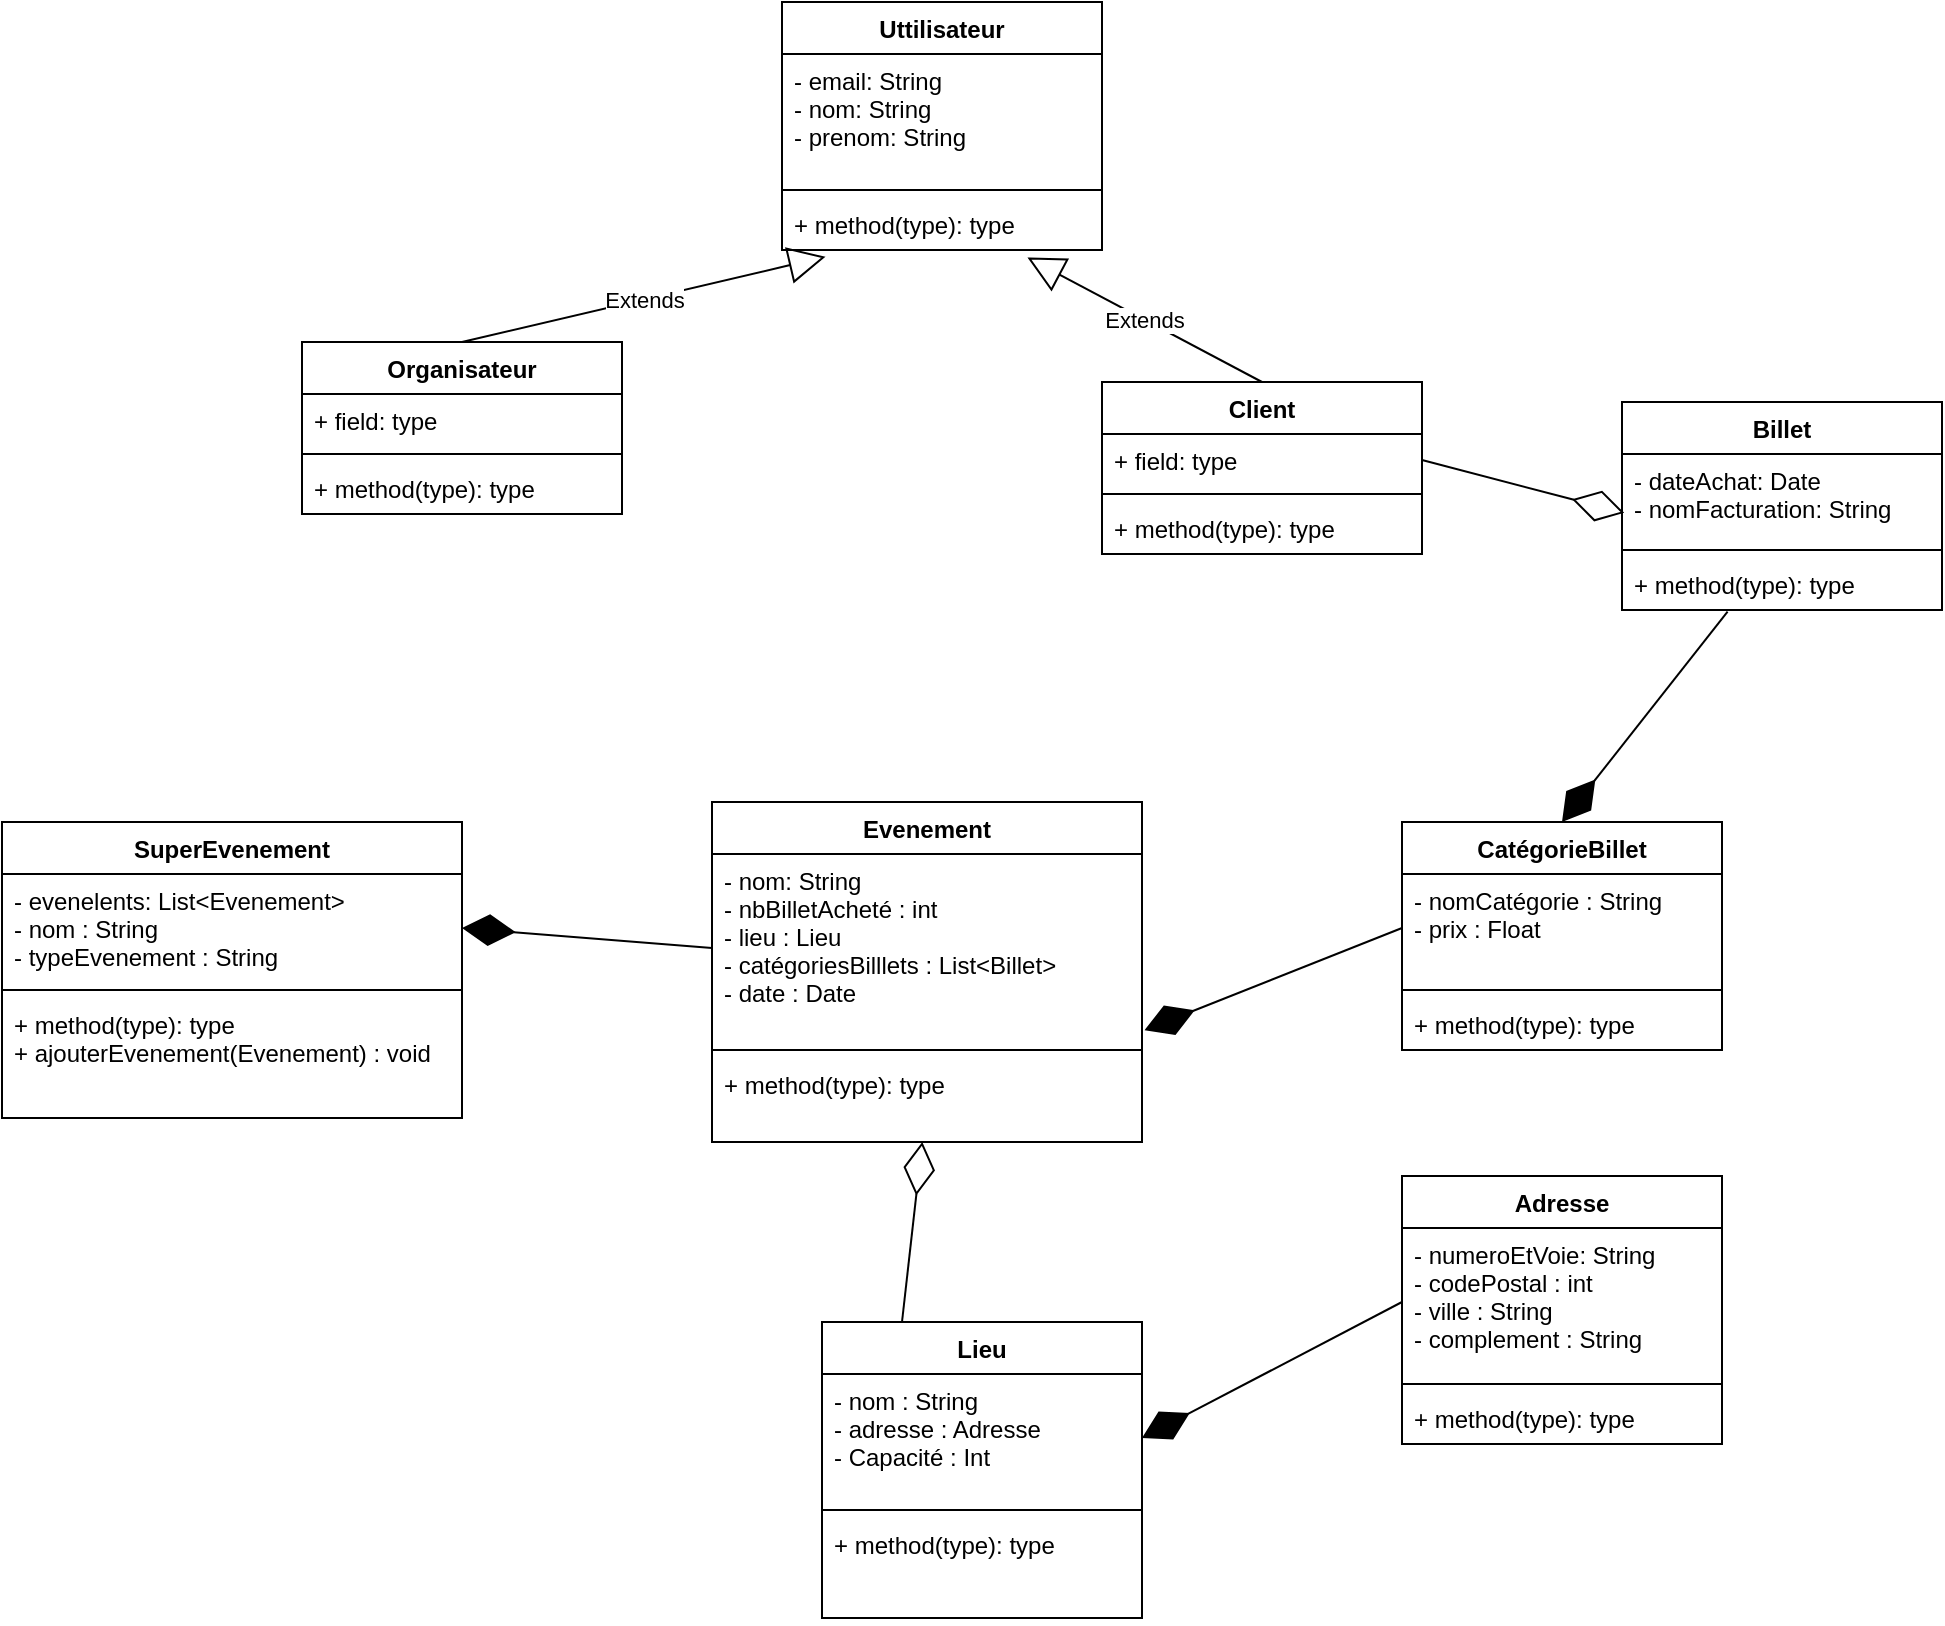
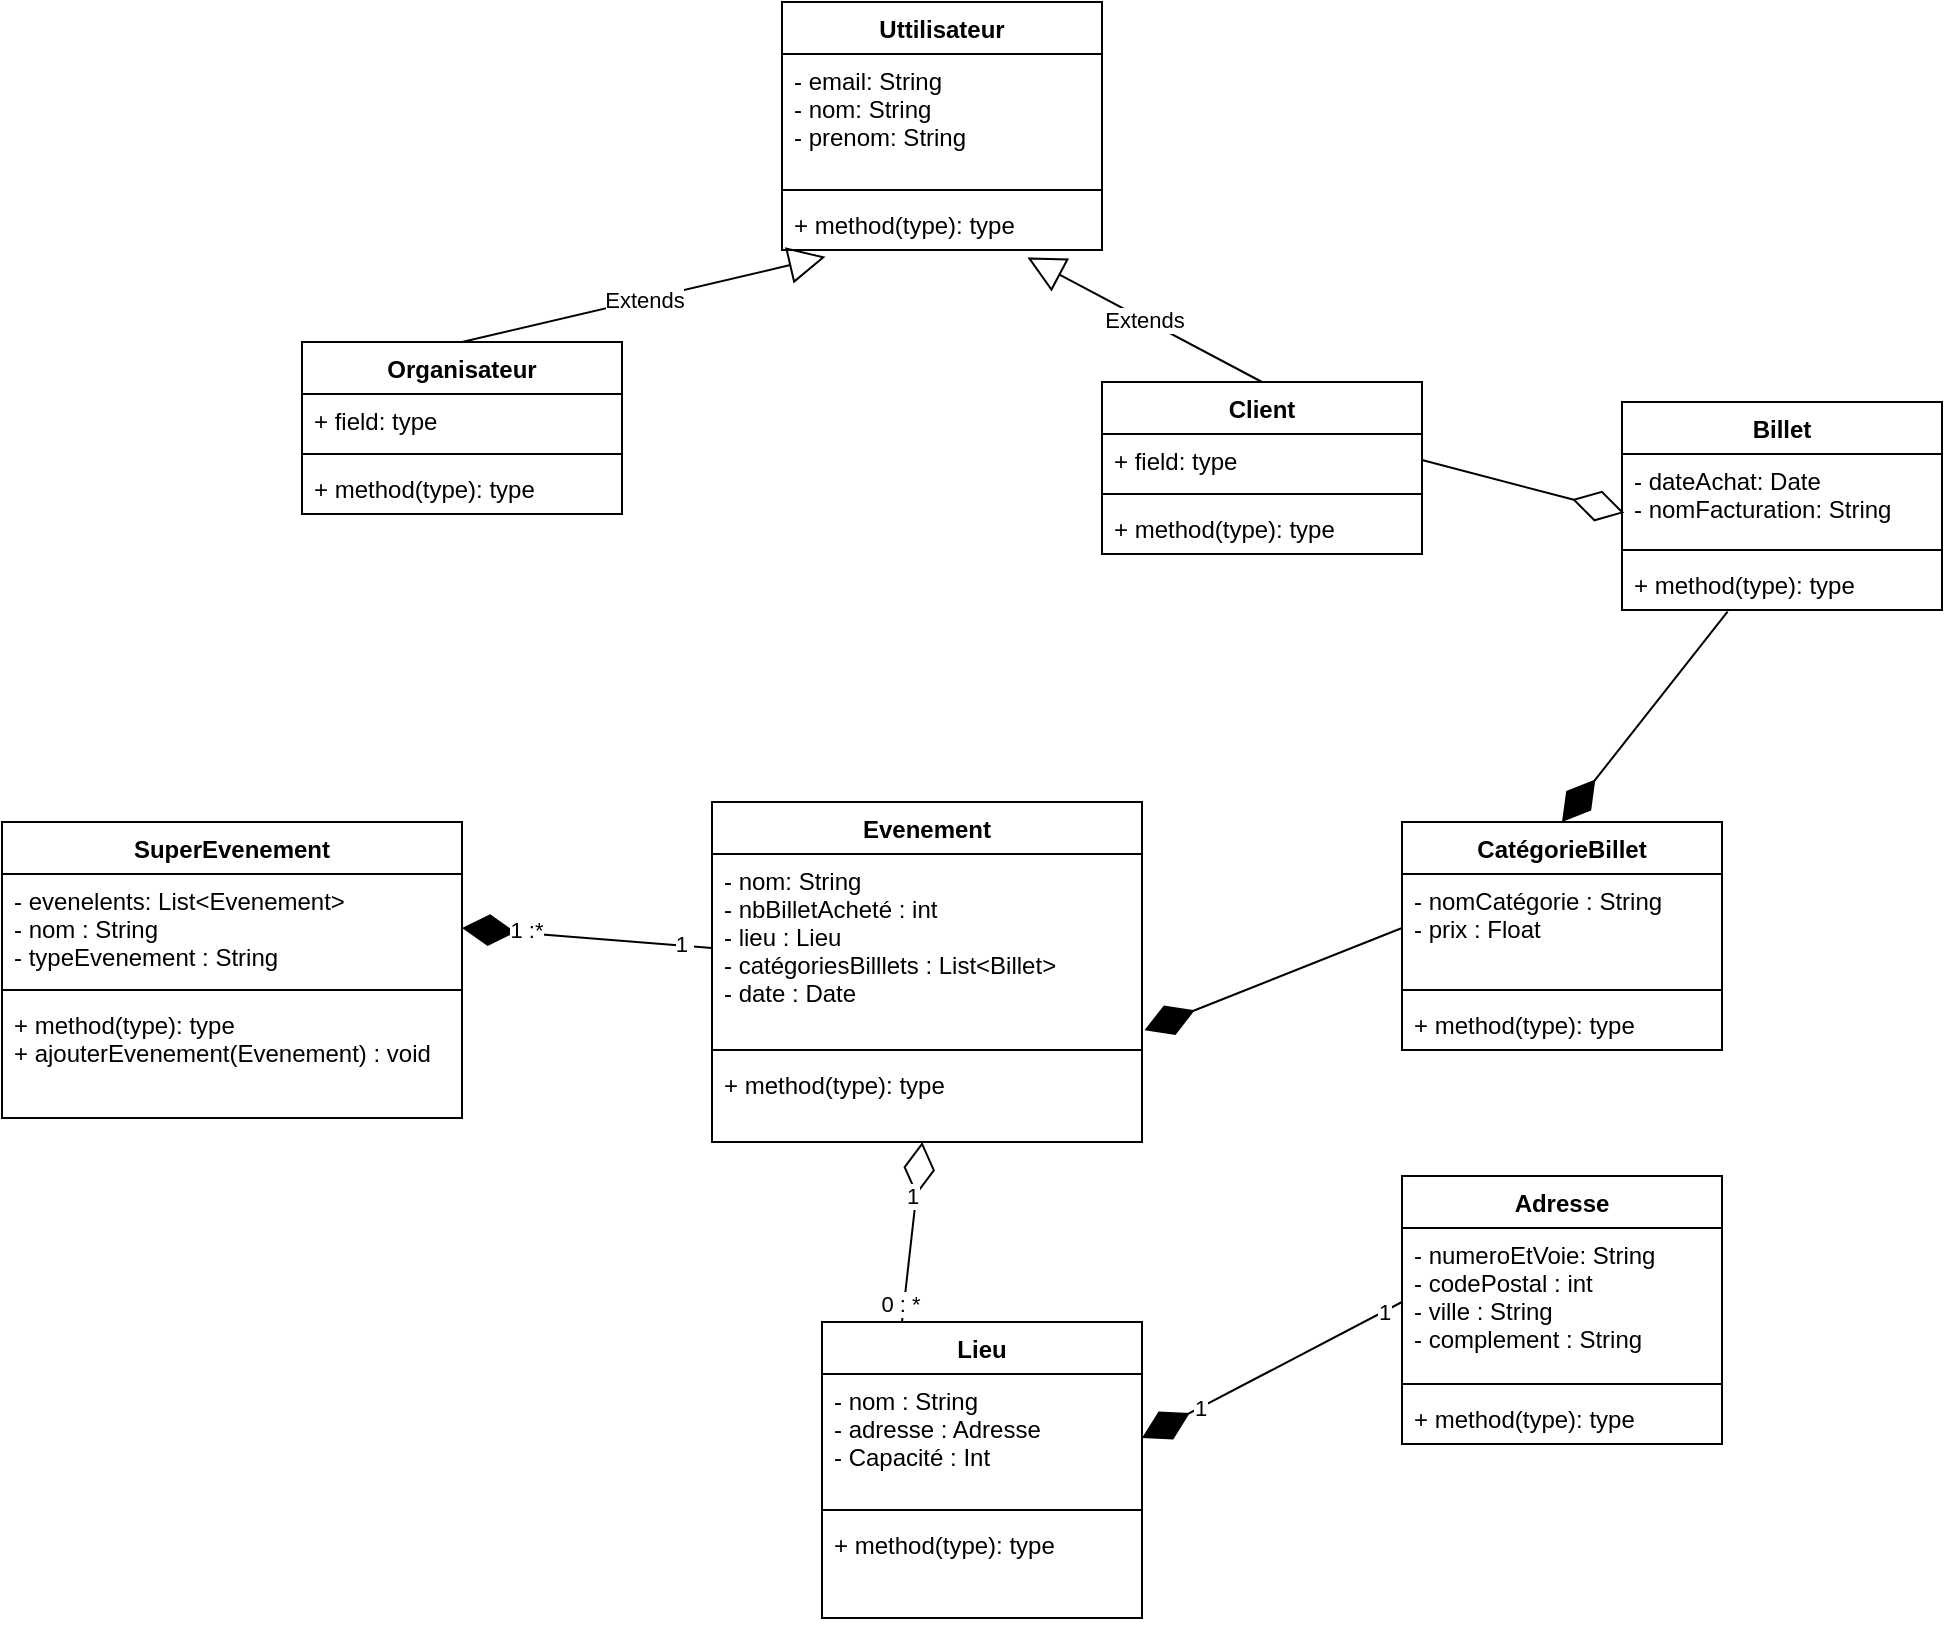
<mxfile host="65bd71144e">
    <diagram id="f2BURgSD-AAibuTe-Y48" name="Page-1">
        <mxGraphModel dx="991" dy="1755" grid="1" gridSize="10" guides="1" tooltips="1" connect="1" arrows="1" fold="1" page="1" pageScale="1" pageWidth="850" pageHeight="1100" math="0" shadow="0">
            <root>
                <mxCell id="0"/>
                <mxCell id="1" parent="0"/>
                <mxCell id="2" value="Evenement" style="swimlane;fontStyle=1;align=center;verticalAlign=top;childLayout=stackLayout;horizontal=1;startSize=26;horizontalStack=0;resizeParent=1;resizeParentMax=0;resizeLast=0;collapsible=1;marginBottom=0;" vertex="1" parent="1">
                    <mxGeometry x="415" y="320" width="215" height="170" as="geometry"/>
                </mxCell>
                <mxCell id="3" value="- nom: String&#10;- nbBilletAcheté : int&#10;- lieu : Lieu&#10;- catégoriesBilllets : List&lt;Billet&gt;&#10;- date : Date" style="text;strokeColor=none;fillColor=none;align=left;verticalAlign=top;spacingLeft=4;spacingRight=4;overflow=hidden;rotatable=0;points=[[0,0.5],[1,0.5]];portConstraint=eastwest;" vertex="1" parent="2">
                    <mxGeometry y="26" width="215" height="94" as="geometry"/>
                </mxCell>
                <mxCell id="4" value="" style="line;strokeWidth=1;fillColor=none;align=left;verticalAlign=middle;spacingTop=-1;spacingLeft=3;spacingRight=3;rotatable=0;labelPosition=right;points=[];portConstraint=eastwest;strokeColor=inherit;" vertex="1" parent="2">
                    <mxGeometry y="120" width="215" height="8" as="geometry"/>
                </mxCell>
                <mxCell id="5" value="+ method(type): type" style="text;strokeColor=none;fillColor=none;align=left;verticalAlign=top;spacingLeft=4;spacingRight=4;overflow=hidden;rotatable=0;points=[[0,0.5],[1,0.5]];portConstraint=eastwest;" vertex="1" parent="2">
                    <mxGeometry y="128" width="215" height="42" as="geometry"/>
                </mxCell>
                <mxCell id="6" value="SuperEvenement" style="swimlane;fontStyle=1;align=center;verticalAlign=top;childLayout=stackLayout;horizontal=1;startSize=26;horizontalStack=0;resizeParent=1;resizeParentMax=0;resizeLast=0;collapsible=1;marginBottom=0;" vertex="1" parent="1">
                    <mxGeometry x="60" y="330" width="230" height="148" as="geometry"/>
                </mxCell>
                <mxCell id="7" value="- evenelents: List&lt;Evenement&gt;&#10;- nom : String&#10;- typeEvenement : String" style="text;strokeColor=none;fillColor=none;align=left;verticalAlign=top;spacingLeft=4;spacingRight=4;overflow=hidden;rotatable=0;points=[[0,0.5],[1,0.5]];portConstraint=eastwest;" vertex="1" parent="6">
                    <mxGeometry y="26" width="230" height="54" as="geometry"/>
                </mxCell>
                <mxCell id="8" value="" style="line;strokeWidth=1;fillColor=none;align=left;verticalAlign=middle;spacingTop=-1;spacingLeft=3;spacingRight=3;rotatable=0;labelPosition=right;points=[];portConstraint=eastwest;strokeColor=inherit;" vertex="1" parent="6">
                    <mxGeometry y="80" width="230" height="8" as="geometry"/>
                </mxCell>
                <mxCell id="9" value="+ method(type): type&#10;+ ajouterEvenement(Evenement) : void" style="text;strokeColor=none;fillColor=none;align=left;verticalAlign=top;spacingLeft=4;spacingRight=4;overflow=hidden;rotatable=0;points=[[0,0.5],[1,0.5]];portConstraint=eastwest;" vertex="1" parent="6">
                    <mxGeometry y="88" width="230" height="60" as="geometry"/>
                </mxCell>
                <mxCell id="10" value="" style="endArrow=diamondThin;endFill=1;endSize=24;html=1;entryX=1;entryY=0.5;entryDx=0;entryDy=0;exitX=0;exitY=0.5;exitDx=0;exitDy=0;" edge="1" parent="1" source="3" target="7">
                    <mxGeometry width="160" relative="1" as="geometry">
                        <mxPoint x="340" y="400" as="sourcePoint"/>
                        <mxPoint x="500" y="400" as="targetPoint"/>
                    </mxGeometry>
                </mxCell>
+                 <mxCell id="69" value="1 :*" style="edgeLabel;html=1;align=center;verticalAlign=middle;resizable=0;points=[];" vertex="1" connectable="0" parent="10">
+                     <mxGeometry x="0.5039" y="-2" relative="1" as="geometry">
+                         <mxPoint x="1" as="offset"/>
+                     </mxGeometry>
+                 </mxCell>
+                 <mxCell id="71" value="1&amp;nbsp;" style="edgeLabel;html=1;align=center;verticalAlign=middle;resizable=0;points=[];" vertex="1" connectable="0" parent="10">
+                     <mxGeometry x="-0.7667" y="-1" relative="1" as="geometry">
+                         <mxPoint as="offset"/>
+                     </mxGeometry>
+                 </mxCell>
                <mxCell id="11" value="Lieu" style="swimlane;fontStyle=1;align=center;verticalAlign=top;childLayout=stackLayout;horizontal=1;startSize=26;horizontalStack=0;resizeParent=1;resizeParentMax=0;resizeLast=0;collapsible=1;marginBottom=0;" vertex="1" parent="1">
                    <mxGeometry x="470" y="580" width="160" height="148" as="geometry"/>
                </mxCell>
                <mxCell id="12" value="- nom : String&#10;- adresse : Adresse&#10;- Capacité : Int&#10;" style="text;strokeColor=none;fillColor=none;align=left;verticalAlign=top;spacingLeft=4;spacingRight=4;overflow=hidden;rotatable=0;points=[[0,0.5],[1,0.5]];portConstraint=eastwest;" vertex="1" parent="11">
                    <mxGeometry y="26" width="160" height="64" as="geometry"/>
                </mxCell>
                <mxCell id="13" value="" style="line;strokeWidth=1;fillColor=none;align=left;verticalAlign=middle;spacingTop=-1;spacingLeft=3;spacingRight=3;rotatable=0;labelPosition=right;points=[];portConstraint=eastwest;strokeColor=inherit;" vertex="1" parent="11">
                    <mxGeometry y="90" width="160" height="8" as="geometry"/>
                </mxCell>
                <mxCell id="14" value="+ method(type): type" style="text;strokeColor=none;fillColor=none;align=left;verticalAlign=top;spacingLeft=4;spacingRight=4;overflow=hidden;rotatable=0;points=[[0,0.5],[1,0.5]];portConstraint=eastwest;" vertex="1" parent="11">
                    <mxGeometry y="98" width="160" height="50" as="geometry"/>
                </mxCell>
                <mxCell id="15" value="" style="endArrow=diamondThin;endFill=0;endSize=24;html=1;exitX=0.25;exitY=0;exitDx=0;exitDy=0;" edge="1" parent="1" source="11" target="5">
                    <mxGeometry width="160" relative="1" as="geometry">
                        <mxPoint x="430" y="570" as="sourcePoint"/>
                        <mxPoint x="590" y="570" as="targetPoint"/>
+                     </mxGeometry>
+                 </mxCell>
+                 <mxCell id="72" value="1" style="edgeLabel;html=1;align=center;verticalAlign=middle;resizable=0;points=[];" vertex="1" connectable="0" parent="15">
+                     <mxGeometry x="0.3864" y="2" relative="1" as="geometry">
+                         <mxPoint as="offset"/>
+                     </mxGeometry>
+                 </mxCell>
+                 <mxCell id="73" value="0 : *" style="edgeLabel;html=1;align=center;verticalAlign=middle;resizable=0;points=[];" vertex="1" connectable="0" parent="15">
+                     <mxGeometry x="-0.7988" y="2" relative="1" as="geometry">
+                         <mxPoint as="offset"/>
                    </mxGeometry>
                </mxCell>
                <mxCell id="17" value="CatégorieBillet" style="swimlane;fontStyle=1;align=center;verticalAlign=top;childLayout=stackLayout;horizontal=1;startSize=26;horizontalStack=0;resizeParent=1;resizeParentMax=0;resizeLast=0;collapsible=1;marginBottom=0;" vertex="1" parent="1">
                    <mxGeometry x="760" y="330" width="160" height="114" as="geometry"/>
                </mxCell>
                <mxCell id="18" value="- nomCatégorie : String&#10;- prix : Float" style="text;strokeColor=none;fillColor=none;align=left;verticalAlign=top;spacingLeft=4;spacingRight=4;overflow=hidden;rotatable=0;points=[[0,0.5],[1,0.5]];portConstraint=eastwest;" vertex="1" parent="17">
                    <mxGeometry y="26" width="160" height="54" as="geometry"/>
                </mxCell>
                <mxCell id="19" value="" style="line;strokeWidth=1;fillColor=none;align=left;verticalAlign=middle;spacingTop=-1;spacingLeft=3;spacingRight=3;rotatable=0;labelPosition=right;points=[];portConstraint=eastwest;strokeColor=inherit;" vertex="1" parent="17">
                    <mxGeometry y="80" width="160" height="8" as="geometry"/>
                </mxCell>
                <mxCell id="20" value="+ method(type): type" style="text;strokeColor=none;fillColor=none;align=left;verticalAlign=top;spacingLeft=4;spacingRight=4;overflow=hidden;rotatable=0;points=[[0,0.5],[1,0.5]];portConstraint=eastwest;" vertex="1" parent="17">
                    <mxGeometry y="88" width="160" height="26" as="geometry"/>
                </mxCell>
                <mxCell id="23" value="" style="endArrow=diamondThin;endFill=1;endSize=24;html=1;exitX=0;exitY=0.5;exitDx=0;exitDy=0;entryX=1.006;entryY=0.937;entryDx=0;entryDy=0;entryPerimeter=0;" edge="1" parent="1" source="18" target="3">
                    <mxGeometry width="160" relative="1" as="geometry">
                        <mxPoint x="440" y="470" as="sourcePoint"/>
                        <mxPoint x="660" y="500" as="targetPoint"/>
                    </mxGeometry>
                </mxCell>
                <mxCell id="43" value="Adresse" style="swimlane;fontStyle=1;align=center;verticalAlign=top;childLayout=stackLayout;horizontal=1;startSize=26;horizontalStack=0;resizeParent=1;resizeParentMax=0;resizeLast=0;collapsible=1;marginBottom=0;" vertex="1" parent="1">
                    <mxGeometry x="760" y="507" width="160" height="134" as="geometry"/>
                </mxCell>
                <mxCell id="44" value="- numeroEtVoie: String&#10;- codePostal : int&#10;- ville : String&#10;- complement : String" style="text;strokeColor=none;fillColor=none;align=left;verticalAlign=top;spacingLeft=4;spacingRight=4;overflow=hidden;rotatable=0;points=[[0,0.5],[1,0.5]];portConstraint=eastwest;" vertex="1" parent="43">
                    <mxGeometry y="26" width="160" height="74" as="geometry"/>
                </mxCell>
                <mxCell id="45" value="" style="line;strokeWidth=1;fillColor=none;align=left;verticalAlign=middle;spacingTop=-1;spacingLeft=3;spacingRight=3;rotatable=0;labelPosition=right;points=[];portConstraint=eastwest;strokeColor=inherit;" vertex="1" parent="43">
                    <mxGeometry y="100" width="160" height="8" as="geometry"/>
                </mxCell>
                <mxCell id="46" value="+ method(type): type" style="text;strokeColor=none;fillColor=none;align=left;verticalAlign=top;spacingLeft=4;spacingRight=4;overflow=hidden;rotatable=0;points=[[0,0.5],[1,0.5]];portConstraint=eastwest;" vertex="1" parent="43">
                    <mxGeometry y="108" width="160" height="26" as="geometry"/>
                </mxCell>
                <mxCell id="47" value="" style="endArrow=diamondThin;endFill=1;endSize=24;html=1;entryX=1;entryY=0.5;entryDx=0;entryDy=0;exitX=0;exitY=0.5;exitDx=0;exitDy=0;" edge="1" parent="1" source="44" target="12">
                    <mxGeometry width="160" relative="1" as="geometry">
                        <mxPoint x="590" y="440" as="sourcePoint"/>
                        <mxPoint x="750" y="440" as="targetPoint"/>
+                     </mxGeometry>
+                 </mxCell>
+                 <mxCell id="74" value="1" style="edgeLabel;html=1;align=center;verticalAlign=middle;resizable=0;points=[];" vertex="1" connectable="0" parent="47">
+                     <mxGeometry x="0.5515" relative="1" as="geometry">
+                         <mxPoint as="offset"/>
+                     </mxGeometry>
+                 </mxCell>
+                 <mxCell id="75" value="1" style="edgeLabel;html=1;align=center;verticalAlign=middle;resizable=0;points=[];" vertex="1" connectable="0" parent="47">
+                     <mxGeometry x="-0.855" relative="1" as="geometry">
+                         <mxPoint as="offset"/>
                    </mxGeometry>
                </mxCell>
                <mxCell id="48" value="Uttilisateur" style="swimlane;fontStyle=1;align=center;verticalAlign=top;childLayout=stackLayout;horizontal=1;startSize=26;horizontalStack=0;resizeParent=1;resizeParentMax=0;resizeLast=0;collapsible=1;marginBottom=0;" vertex="1" parent="1">
                    <mxGeometry x="450" y="-80" width="160" height="124" as="geometry"/>
                </mxCell>
                <mxCell id="49" value="- email: String&#10;- nom: String&#10;- prenom: String" style="text;strokeColor=none;fillColor=none;align=left;verticalAlign=top;spacingLeft=4;spacingRight=4;overflow=hidden;rotatable=0;points=[[0,0.5],[1,0.5]];portConstraint=eastwest;" vertex="1" parent="48">
                    <mxGeometry y="26" width="160" height="64" as="geometry"/>
                </mxCell>
                <mxCell id="50" value="" style="line;strokeWidth=1;fillColor=none;align=left;verticalAlign=middle;spacingTop=-1;spacingLeft=3;spacingRight=3;rotatable=0;labelPosition=right;points=[];portConstraint=eastwest;strokeColor=inherit;" vertex="1" parent="48">
                    <mxGeometry y="90" width="160" height="8" as="geometry"/>
                </mxCell>
                <mxCell id="51" value="+ method(type): type" style="text;strokeColor=none;fillColor=none;align=left;verticalAlign=top;spacingLeft=4;spacingRight=4;overflow=hidden;rotatable=0;points=[[0,0.5],[1,0.5]];portConstraint=eastwest;" vertex="1" parent="48">
                    <mxGeometry y="98" width="160" height="26" as="geometry"/>
                </mxCell>
                <mxCell id="52" value="Organisateur" style="swimlane;fontStyle=1;align=center;verticalAlign=top;childLayout=stackLayout;horizontal=1;startSize=26;horizontalStack=0;resizeParent=1;resizeParentMax=0;resizeLast=0;collapsible=1;marginBottom=0;" vertex="1" parent="1">
                    <mxGeometry x="210" y="90" width="160" height="86" as="geometry"/>
                </mxCell>
                <mxCell id="53" value="+ field: type" style="text;strokeColor=none;fillColor=none;align=left;verticalAlign=top;spacingLeft=4;spacingRight=4;overflow=hidden;rotatable=0;points=[[0,0.5],[1,0.5]];portConstraint=eastwest;" vertex="1" parent="52">
                    <mxGeometry y="26" width="160" height="26" as="geometry"/>
                </mxCell>
                <mxCell id="54" value="" style="line;strokeWidth=1;fillColor=none;align=left;verticalAlign=middle;spacingTop=-1;spacingLeft=3;spacingRight=3;rotatable=0;labelPosition=right;points=[];portConstraint=eastwest;strokeColor=inherit;" vertex="1" parent="52">
                    <mxGeometry y="52" width="160" height="8" as="geometry"/>
                </mxCell>
                <mxCell id="55" value="+ method(type): type" style="text;strokeColor=none;fillColor=none;align=left;verticalAlign=top;spacingLeft=4;spacingRight=4;overflow=hidden;rotatable=0;points=[[0,0.5],[1,0.5]];portConstraint=eastwest;" vertex="1" parent="52">
                    <mxGeometry y="60" width="160" height="26" as="geometry"/>
                </mxCell>
                <mxCell id="56" value="Client" style="swimlane;fontStyle=1;align=center;verticalAlign=top;childLayout=stackLayout;horizontal=1;startSize=26;horizontalStack=0;resizeParent=1;resizeParentMax=0;resizeLast=0;collapsible=1;marginBottom=0;" vertex="1" parent="1">
                    <mxGeometry x="610" y="110" width="160" height="86" as="geometry"/>
                </mxCell>
                <mxCell id="57" value="+ field: type" style="text;strokeColor=none;fillColor=none;align=left;verticalAlign=top;spacingLeft=4;spacingRight=4;overflow=hidden;rotatable=0;points=[[0,0.5],[1,0.5]];portConstraint=eastwest;" vertex="1" parent="56">
                    <mxGeometry y="26" width="160" height="26" as="geometry"/>
                </mxCell>
                <mxCell id="58" value="" style="line;strokeWidth=1;fillColor=none;align=left;verticalAlign=middle;spacingTop=-1;spacingLeft=3;spacingRight=3;rotatable=0;labelPosition=right;points=[];portConstraint=eastwest;strokeColor=inherit;" vertex="1" parent="56">
                    <mxGeometry y="52" width="160" height="8" as="geometry"/>
                </mxCell>
                <mxCell id="59" value="+ method(type): type" style="text;strokeColor=none;fillColor=none;align=left;verticalAlign=top;spacingLeft=4;spacingRight=4;overflow=hidden;rotatable=0;points=[[0,0.5],[1,0.5]];portConstraint=eastwest;" vertex="1" parent="56">
                    <mxGeometry y="60" width="160" height="26" as="geometry"/>
                </mxCell>
                <mxCell id="60" value="Extends" style="endArrow=block;endSize=16;endFill=0;html=1;entryX=0.136;entryY=1.131;entryDx=0;entryDy=0;entryPerimeter=0;exitX=0.5;exitY=0;exitDx=0;exitDy=0;" edge="1" parent="1" source="52" target="51">
                    <mxGeometry width="160" relative="1" as="geometry">
                        <mxPoint x="440" y="240" as="sourcePoint"/>
                        <mxPoint x="600" y="240" as="targetPoint"/>
                    </mxGeometry>
                </mxCell>
                <mxCell id="61" value="Extends" style="endArrow=block;endSize=16;endFill=0;html=1;entryX=0.767;entryY=1.145;entryDx=0;entryDy=0;entryPerimeter=0;exitX=0.5;exitY=0;exitDx=0;exitDy=0;" edge="1" parent="1" source="56" target="51">
                    <mxGeometry width="160" relative="1" as="geometry">
                        <mxPoint x="440" y="240" as="sourcePoint"/>
                        <mxPoint x="600" y="240" as="targetPoint"/>
                    </mxGeometry>
                </mxCell>
                <mxCell id="62" value="Billet" style="swimlane;fontStyle=1;align=center;verticalAlign=top;childLayout=stackLayout;horizontal=1;startSize=26;horizontalStack=0;resizeParent=1;resizeParentMax=0;resizeLast=0;collapsible=1;marginBottom=0;" vertex="1" parent="1">
                    <mxGeometry x="870" y="120" width="160" height="104" as="geometry"/>
                </mxCell>
                <mxCell id="63" value="- dateAchat: Date&#10;- nomFacturation: String" style="text;strokeColor=none;fillColor=none;align=left;verticalAlign=top;spacingLeft=4;spacingRight=4;overflow=hidden;rotatable=0;points=[[0,0.5],[1,0.5]];portConstraint=eastwest;" vertex="1" parent="62">
                    <mxGeometry y="26" width="160" height="44" as="geometry"/>
                </mxCell>
                <mxCell id="64" value="" style="line;strokeWidth=1;fillColor=none;align=left;verticalAlign=middle;spacingTop=-1;spacingLeft=3;spacingRight=3;rotatable=0;labelPosition=right;points=[];portConstraint=eastwest;strokeColor=inherit;" vertex="1" parent="62">
                    <mxGeometry y="70" width="160" height="8" as="geometry"/>
                </mxCell>
                <mxCell id="65" value="+ method(type): type" style="text;strokeColor=none;fillColor=none;align=left;verticalAlign=top;spacingLeft=4;spacingRight=4;overflow=hidden;rotatable=0;points=[[0,0.5],[1,0.5]];portConstraint=eastwest;" vertex="1" parent="62">
                    <mxGeometry y="78" width="160" height="26" as="geometry"/>
                </mxCell>
                <mxCell id="67" value="" style="endArrow=diamondThin;endFill=1;endSize=24;html=1;entryX=0.5;entryY=0;entryDx=0;entryDy=0;exitX=0.33;exitY=1.03;exitDx=0;exitDy=0;exitPerimeter=0;" edge="1" parent="1" source="65" target="17">
                    <mxGeometry width="160" relative="1" as="geometry">
                        <mxPoint x="440" y="340" as="sourcePoint"/>
                        <mxPoint x="600" y="340" as="targetPoint"/>
                    </mxGeometry>
                </mxCell>
                <mxCell id="68" value="" style="endArrow=diamondThin;endFill=0;endSize=24;html=1;exitX=1;exitY=0.5;exitDx=0;exitDy=0;entryX=0.007;entryY=0.669;entryDx=0;entryDy=0;entryPerimeter=0;" edge="1" parent="1" source="57" target="63">
                    <mxGeometry width="160" relative="1" as="geometry">
                        <mxPoint x="610" y="240" as="sourcePoint"/>
                        <mxPoint x="770" y="240" as="targetPoint"/>
                    </mxGeometry>
                </mxCell>
            </root>
        </mxGraphModel>
    </diagram>
</mxfile>